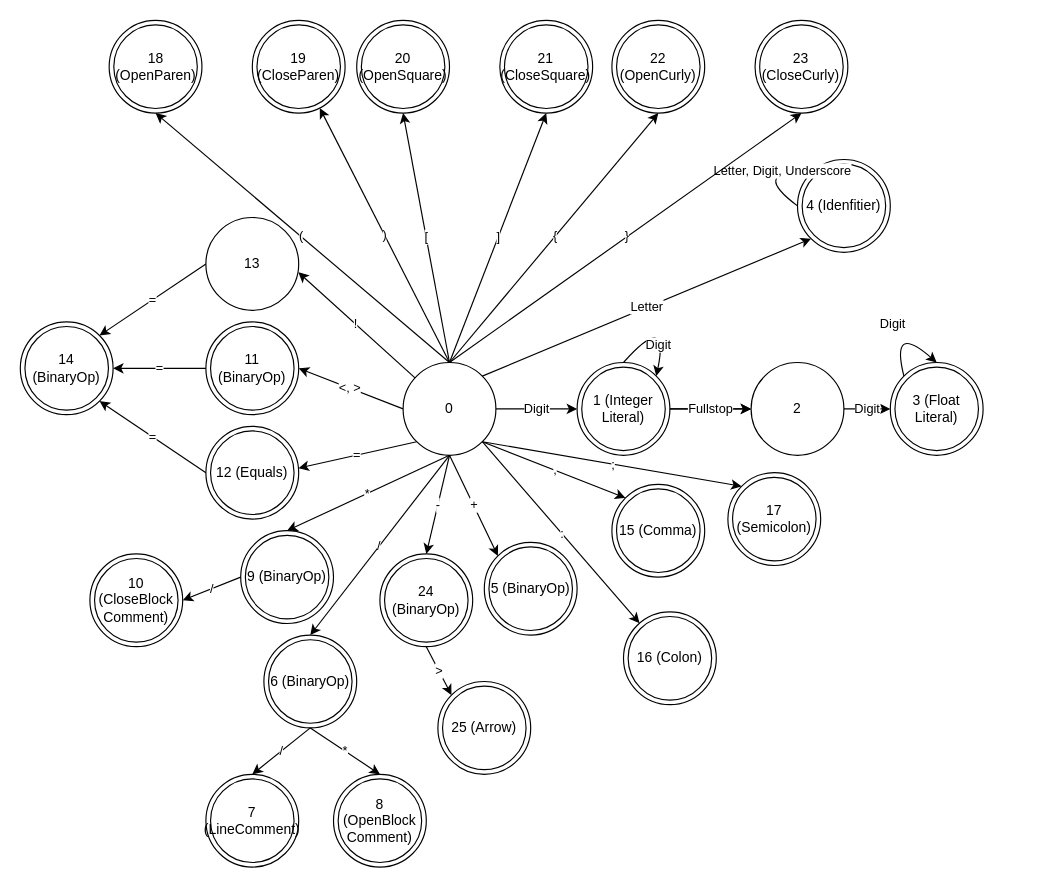
Above: Lexer FSA.drawio in Alan-Grech295/compiler (draw.io), before the change. Source tidied: cells renumbered, new cells numbered last; positions are measured from the earlier drawing's top-left corner, leaving out a move shared by most shapes. Both pictures are drawn from the tidied source at 116%, with x=0, y=0 at pixel (20, 20).
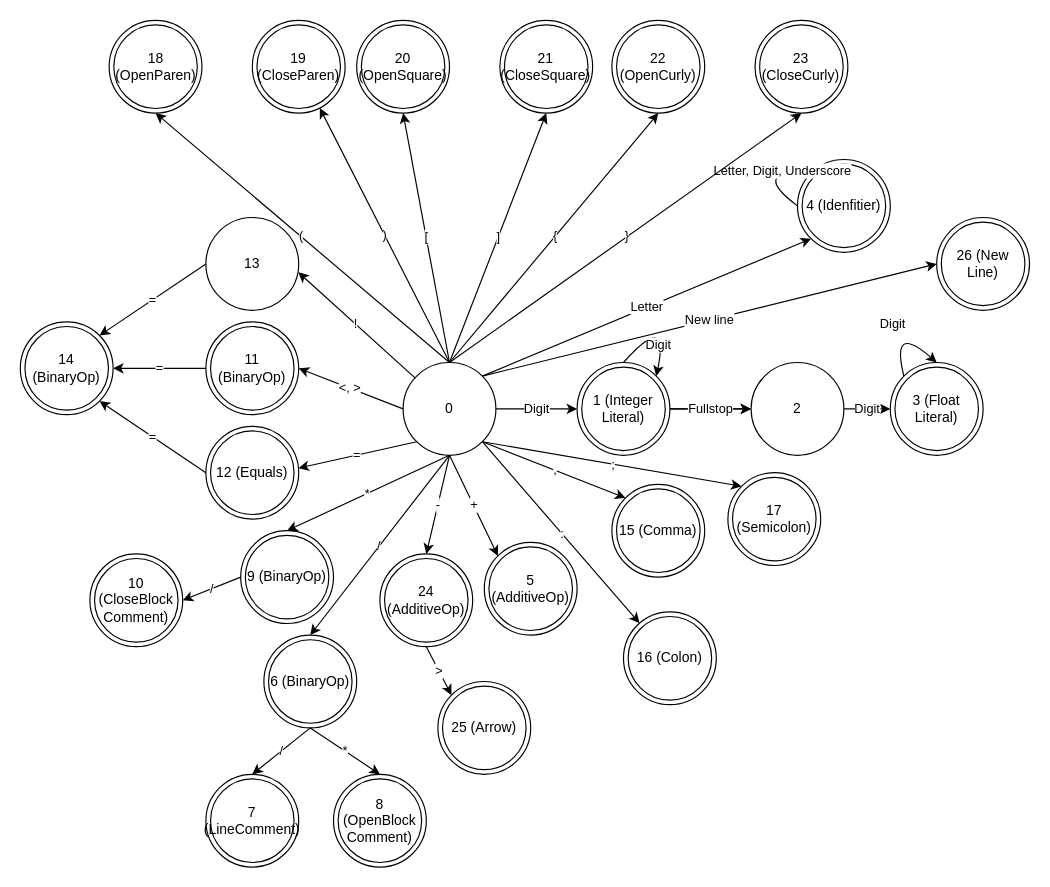
After the change.

Commit message (it also covers changes not shown here):
Working on lexer

Unchanged cells that the change refers to:
```xml
<mxCell id="2" value="0" style="ellipse;whiteSpace=wrap;html=1;" parent="1" vertex="1">
  <mxGeometry x="330" y="295" width="80" height="80" as="geometry" />
</mxCell>
```

The edit, as a diff of the source:
```diff
@@
-    <mxCell id="15" value="5 (BinaryOp)" style="ellipse;shape=doubleEllipse;whiteSpace=wrap;html=1;" parent="1" vertex="1">
+    <mxCell id="15" value="5 (AdditiveOp)" style="ellipse;shape=doubleEllipse;whiteSpace=wrap;html=1;" parent="1" vertex="1">
       <mxGeometry x="400" y="450" width="80" height="80" as="geometry" />
     </mxCell>
@@
-    <mxCell id="55" value="24 (BinaryOp)" style="ellipse;shape=doubleEllipse;whiteSpace=wrap;html=1;" parent="1" vertex="1">
+    <mxCell id="55" value="24 (AdditiveOp)" style="ellipse;shape=doubleEllipse;whiteSpace=wrap;html=1;" parent="1" vertex="1">
       <mxGeometry x="310" y="460" width="80" height="80" as="geometry" />
     </mxCell>
@@
+    <mxCell id="59" value="26 (New Line)" style="ellipse;shape=doubleEllipse;whiteSpace=wrap;html=1;" parent="1" vertex="1">
+      <mxGeometry x="790" y="170" width="80" height="80" as="geometry" />
+    </mxCell>
+    <mxCell id="60" value="New line" style="endArrow=classic;html=1;rounded=0;exitX=1;exitY=0;exitDx=0;exitDy=0;entryX=0;entryY=0.5;entryDx=0;entryDy=0;" parent="1" edge="1" source="2" target="59">
+      <mxGeometry relative="1" as="geometry" />
+    </mxCell>
```
